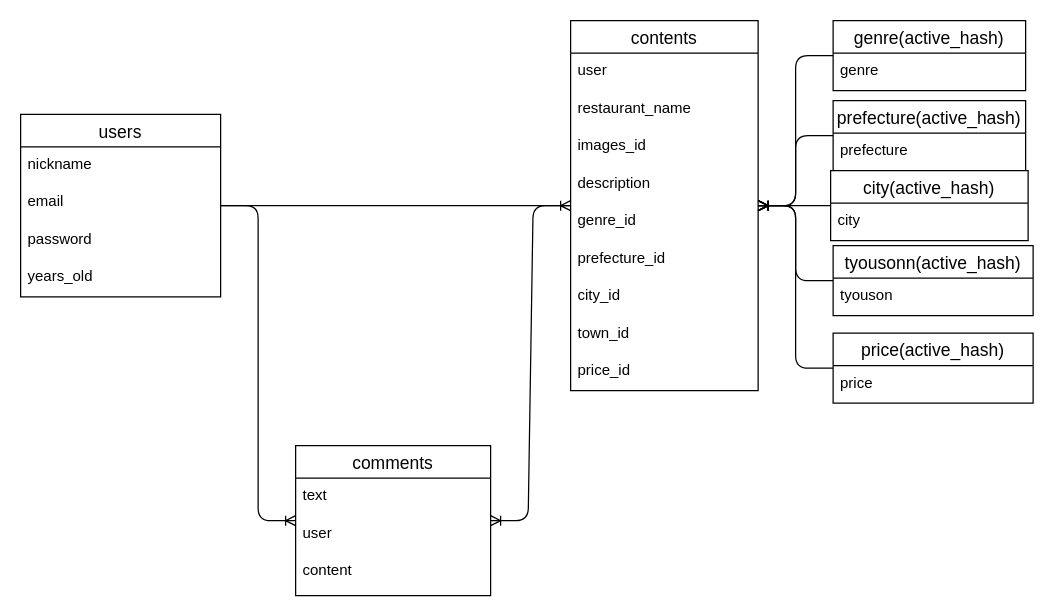
Earlier version of the draw.io diagram test.drawio (GentaSuzuki/myeat-hukuoka). Source tidied: cells renumbered, new cells numbered last; positions are measured from the earlier drawing's top-left corner, leaving out a move shared by most shapes. Both pictures are drawn from the tidied source at 125%, with x=0, y=0 at pixel (20, 20).
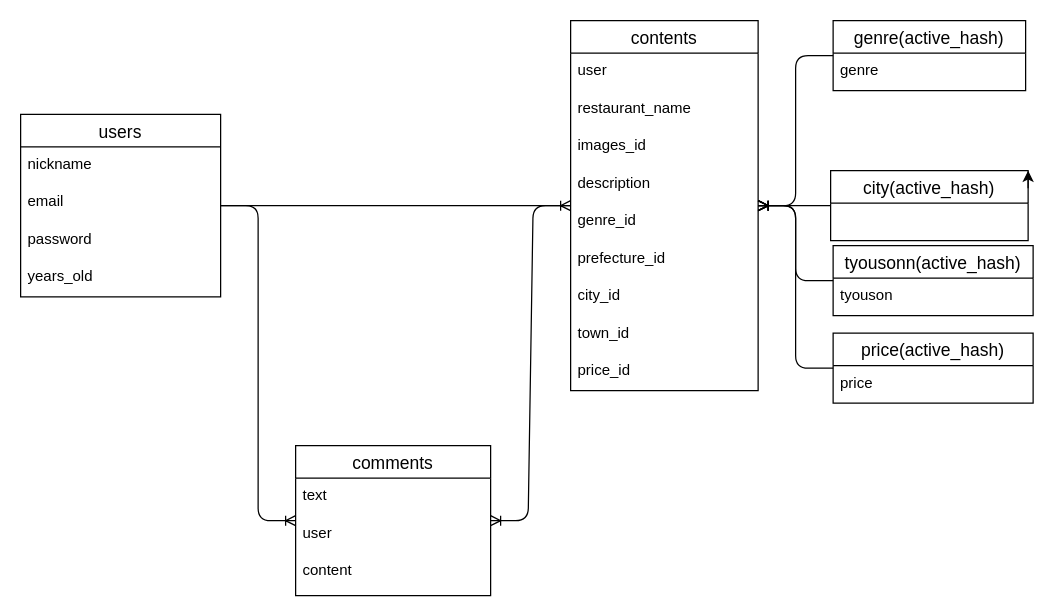
Above is the later version.

The change refers to these unchanged cells:
```xml
<mxCell id="17" value="contents" style="swimlane;fontStyle=0;horizontal=1;startSize=26;align=center;fontSize=14;" parent="1" vertex="1">
  <mxGeometry x="440" width="150" height="296" as="geometry" />
</mxCell>
<mxCell id="37" value="city(active_hash)" style="swimlane;fontStyle=0;horizontal=1;startSize=26;align=center;fontSize=14;" parent="1" vertex="1">
  <mxGeometry x="648" y="120" width="158" height="56" as="geometry" />
</mxCell>
```

The edit, as a diff of the source:
```diff
@@
-    <mxCell id="5" style="edgeStyle=entityRelationEdgeStyle;fontSize=12;html=1;endArrow=ERoneToMany;" parent="1" edge="1" source="35" target="17">
-      <mxGeometry relative="1" as="geometry" />
-    </mxCell>
@@
-    <mxCell id="35" value="prefecture(active_hash)" style="swimlane;fontStyle=0;horizontal=1;startSize=26;align=center;fontSize=14;" parent="1" vertex="1">
-      <mxGeometry x="650" y="64" width="154" height="56" as="geometry" />
-    </mxCell>
-    <mxCell id="36" value="prefecture" style="text;strokeColor=none;fillColor=none;spacingLeft=4;spacingRight=4;overflow=hidden;fontSize=12;" parent="35" vertex="1">
-      <mxGeometry y="26" width="154" height="30" as="geometry" />
-    </mxCell>
@@
-    <mxCell id="38" value="city" style="text;strokeColor=none;fillColor=none;spacingLeft=4;spacingRight=4;overflow=hidden;fontSize=12;" parent="37" vertex="1">
-      <mxGeometry y="26" width="158" height="30" as="geometry" />
+    <mxCell id="38" style="edgeStyle=orthogonalEdgeStyle;rounded=0;orthogonalLoop=1;jettySize=auto;html=1;exitX=1;exitY=0.25;exitDx=0;exitDy=0;entryX=1;entryY=0;entryDx=0;entryDy=0;" parent="1" edge="1" source="37" target="37">
+      <mxGeometry relative="1" as="geometry" />
     </mxCell>
```
